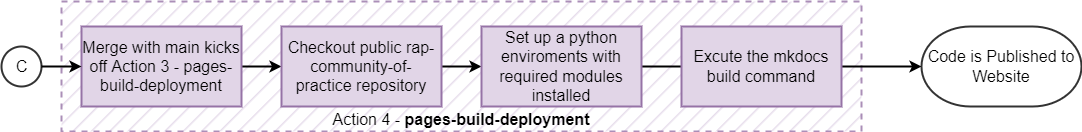
Earlier version of the draw.io export .github/workflows/imgs/flowchart-action-4.png (NHSDigital/rap-community-of-practice). Source tidied: cells renumbered, new cells last; positions are measured from the earlier drawing's top-left corner, leaving out a move shared by most shapes. Source of this version:
```xml
<mxGraphModel>
  <root>
    <mxCell id="0" />
    <mxCell id="1" parent="0" />
    <mxCell id="2" value="C" style="verticalLabelPosition=middle;verticalAlign=middle;html=1;shape=mxgraph.flowchart.on-page_reference;strokeWidth=2;fontSize=16;fillColor=default;gradientColor=none;opacity=80;labelPosition=center;align=center;" parent="1" vertex="1">
      <mxGeometry y="45" width="40" height="40" as="geometry" />
    </mxCell>
    <mxCell id="3" value="Action 4 - &lt;b&gt;pages-build-deployment&lt;/b&gt;" style="rounded=0;whiteSpace=wrap;html=1;strokeWidth=2;fontSize=16;fillColor=#e1d5e7;strokeColor=#9673a6;dashed=1;opacity=80;verticalAlign=bottom;fillStyle=hatch;" parent="1" vertex="1">
      <mxGeometry x="60" width="800" height="130" as="geometry" />
    </mxCell>
    <mxCell id="4" style="edgeStyle=orthogonalEdgeStyle;rounded=1;jettySize=auto;html=1;labelBorderColor=none;strokeWidth=2;fontSize=16;endArrow=classic;endFill=1;endSize=6;" parent="1" edge="1" source="5" target="7">
      <mxGeometry relative="1" as="geometry" />
    </mxCell>
    <mxCell id="5" value="Merge with main kicks off Action 3 - pages-build-deployment" style="whiteSpace=wrap;html=1;fontSize=16;arcSize=10;strokeWidth=2;fillColor=#e1d5e7;strokeColor=#9673a6;" parent="1" vertex="1">
      <mxGeometry x="80" y="25" width="160" height="80" as="geometry" />
    </mxCell>
    <mxCell id="6" style="edgeStyle=orthogonalEdgeStyle;rounded=1;jettySize=auto;html=1;labelBorderColor=none;strokeWidth=2;fontSize=16;endArrow=classic;endFill=1;endSize=6;" parent="1" edge="1" source="7" target="9">
      <mxGeometry relative="1" as="geometry" />
    </mxCell>
    <mxCell id="7" value="Checkout public rap-community-of-practice repository" style="whiteSpace=wrap;html=1;fontSize=16;arcSize=10;strokeWidth=2;spacing=4;fillColor=#e1d5e7;strokeColor=#9673a6;" parent="1" vertex="1">
      <mxGeometry x="280" y="25" width="160" height="80" as="geometry" />
    </mxCell>
    <mxCell id="8" style="edgeStyle=orthogonalEdgeStyle;rounded=1;jettySize=auto;html=1;exitX=1;exitY=0.5;exitDx=0;exitDy=0;entryX=0;entryY=0.5;entryDx=0;entryDy=0;entryPerimeter=0;labelBorderColor=none;strokeWidth=2;fontSize=16;endArrow=classic;endFill=1;endSize=6;" parent="1" edge="1" source="9" target="10">
      <mxGeometry relative="1" as="geometry" />
    </mxCell>
    <mxCell id="9" value="Set up a python enviroments with required modules installed" style="whiteSpace=wrap;html=1;fontSize=16;arcSize=10;strokeWidth=2;fillColor=#e1d5e7;strokeColor=#9673a6;" parent="1" vertex="1">
      <mxGeometry x="480" y="25" width="160" height="80" as="geometry" />
    </mxCell>
    <mxCell id="10" value="Code is Published to Website" style="strokeWidth=2;html=1;shape=mxgraph.flowchart.terminator;whiteSpace=wrap;fontSize=16;fillColor=default;gradientColor=none;opacity=80;strokeColor=default;" parent="1" vertex="1">
      <mxGeometry x="920" y="25" width="160" height="80" as="geometry" />
    </mxCell>
    <mxCell id="11" value="Excute the mkdocs build command" style="whiteSpace=wrap;html=1;fontSize=16;arcSize=10;strokeWidth=2;fillColor=#e1d5e7;strokeColor=#9673a6;" parent="1" vertex="1">
      <mxGeometry x="680" y="25" width="160" height="80" as="geometry" />
    </mxCell>
    <mxCell id="12" style="edgeStyle=orthogonalEdgeStyle;rounded=1;jettySize=auto;html=1;labelBorderColor=none;strokeWidth=2;fontSize=16;endArrow=classic;endFill=1;endSize=6;" parent="1" edge="1" source="2">
      <mxGeometry relative="1" as="geometry">
        <mxPoint x="80" y="65" as="targetPoint" />
      </mxGeometry>
    </mxCell>
  </root>
</mxGraphModel>
```
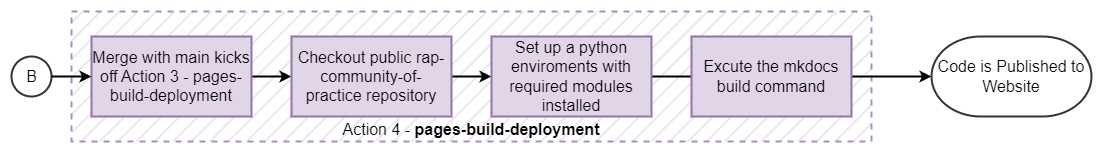
The same diagram one commit later.

Diff of the diagram source:
```diff
@@ -2,7 +2,7 @@
   <root>
     <mxCell id="0" />
     <mxCell id="1" parent="0" />
-    <mxCell id="2" value="C" style="verticalLabelPosition=middle;verticalAlign=middle;html=1;shape=mxgraph.flowchart.on-page_reference;strokeWidth=2;fontSize=16;fillColor=default;gradientColor=none;opacity=80;labelPosition=center;align=center;" parent="1" vertex="1">
+    <mxCell id="2" value="B" style="verticalLabelPosition=middle;verticalAlign=middle;html=1;shape=mxgraph.flowchart.on-page_reference;strokeWidth=2;fontSize=16;fillColor=default;gradientColor=none;opacity=80;labelPosition=center;align=center;" parent="1" vertex="1">
       <mxGeometry y="45" width="40" height="40" as="geometry" />
     </mxCell>
     <mxCell id="3" value="Action 4 - &lt;b&gt;pages-build-deployment&lt;/b&gt;" style="rounded=0;whiteSpace=wrap;html=1;strokeWidth=2;fontSize=16;fillColor=#e1d5e7;strokeColor=#9673a6;dashed=1;opacity=80;verticalAlign=bottom;fillStyle=hatch;" parent="1" vertex="1">
```
